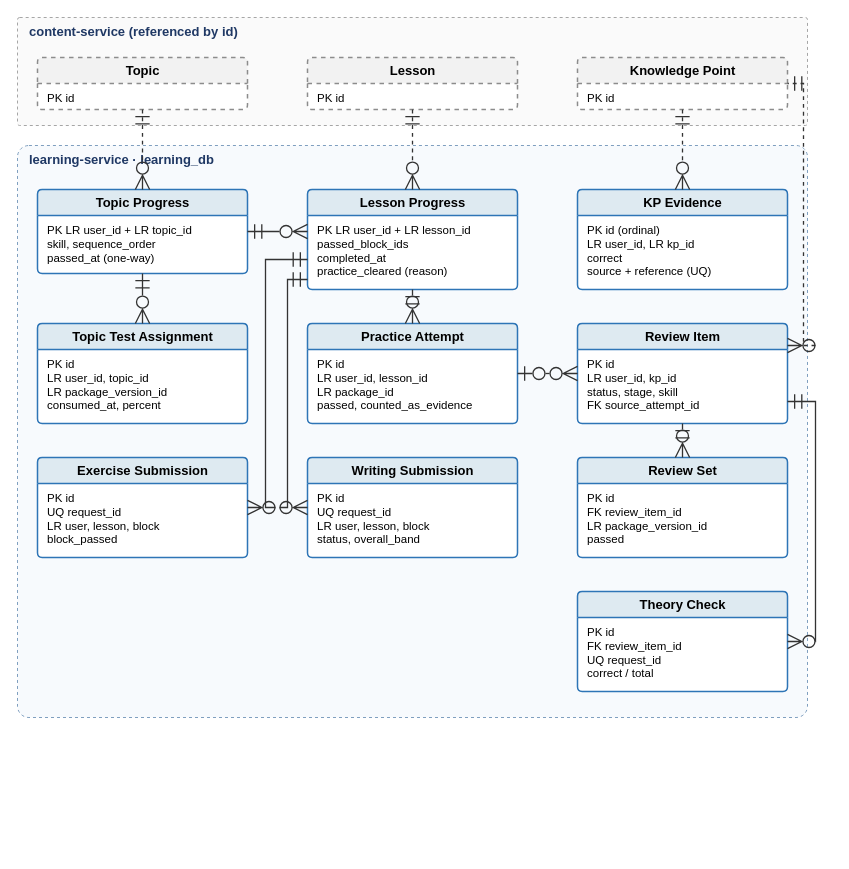
Earlier version of the draw.io diagram page "3. Learning progress and mastery" (3 of 5) of capstone-docs/rp_3.0_system-requirements-system/diagram_script/part4-diagrams/IELTSPath_ERD.drawio (IeltsPath-Platform/backend). Source tidied: cells renumbered, new cells numbered last; positions are measured from the earlier drawing's top-left corner, leaving out a move shared by most shapes. Both pictures are drawn from the tidied source at 100%, with x=0, y=0 at pixel (17, 17).
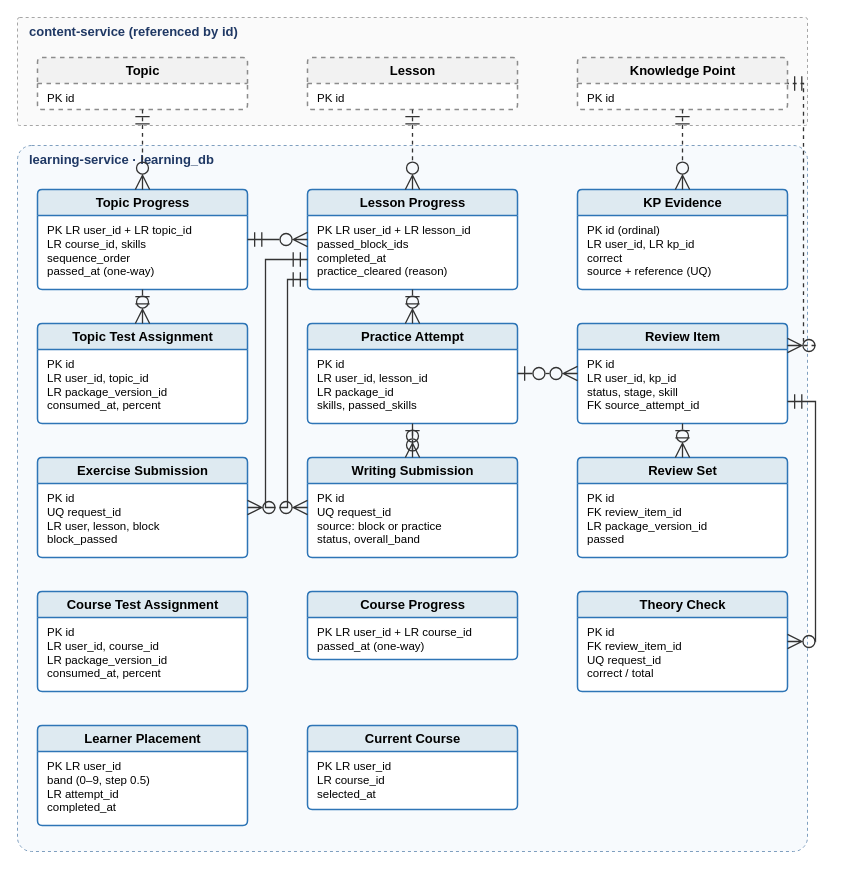
After the change.

Unchanged cells that the change refers to:
```xml
<mxCell id="8" value="Knowledge Point" style="swimlane;fontStyle=1;startSize=26;html=1;rounded=1;arcSize=6;fillColor=#F2F2F2;strokeColor=#8C8C8C;swimlaneFillColor=#FFFFFF;fontSize=13;fontFamily=Arial;strokeWidth=1.5;dashed=1;" parent="1" vertex="1">
  <mxGeometry x="560" y="40" width="210" height="52" as="geometry" />
</mxCell>
<mxCell id="12" value="Lesson Progress" style="swimlane;fontStyle=1;startSize=26;html=1;rounded=1;arcSize=6;fillColor=#DEEAF1;strokeColor=#2E75B6;swimlaneFillColor=#FFFFFF;fontSize=13;fontFamily=Arial;strokeWidth=1.5;" parent="1" vertex="1">
  <mxGeometry x="290" y="172" width="210" height="100" as="geometry" />
</mxCell>
<mxCell id="18" value="Practice Attempt" style="swimlane;fontStyle=1;startSize=26;html=1;rounded=1;arcSize=6;fillColor=#DEEAF1;strokeColor=#2E75B6;swimlaneFillColor=#FFFFFF;fontSize=13;fontFamily=Arial;strokeWidth=1.5;" parent="1" vertex="1">
  <mxGeometry x="290" y="306" width="210" height="100" as="geometry" />
</mxCell>
<mxCell id="20" value="Review Item" style="swimlane;fontStyle=1;startSize=26;html=1;rounded=1;arcSize=6;fillColor=#DEEAF1;strokeColor=#2E75B6;swimlaneFillColor=#FFFFFF;fontSize=13;fontFamily=Arial;strokeWidth=1.5;" parent="1" vertex="1">
  <mxGeometry x="560" y="306" width="210" height="100" as="geometry" />
</mxCell>
<mxCell id="24" value="Writing Submission" style="swimlane;fontStyle=1;startSize=26;html=1;rounded=1;arcSize=6;fillColor=#DEEAF1;strokeColor=#2E75B6;swimlaneFillColor=#FFFFFF;fontSize=13;fontFamily=Arial;strokeWidth=1.5;" parent="1" vertex="1">
  <mxGeometry x="290" y="440" width="210" height="100" as="geometry" />
</mxCell>
<mxCell id="26" value="Review Set" style="swimlane;fontStyle=1;startSize=26;html=1;rounded=1;arcSize=6;fillColor=#DEEAF1;strokeColor=#2E75B6;swimlaneFillColor=#FFFFFF;fontSize=13;fontFamily=Arial;strokeWidth=1.5;" parent="1" vertex="1">
  <mxGeometry x="560" y="440" width="210" height="100" as="geometry" />
</mxCell>
<mxCell id="28" value="Theory Check" style="swimlane;fontStyle=1;startSize=26;html=1;rounded=1;arcSize=6;fillColor=#DEEAF1;strokeColor=#2E75B6;swimlaneFillColor=#FFFFFF;fontSize=13;fontFamily=Arial;strokeWidth=1.5;" parent="1" vertex="1">
  <mxGeometry x="560" y="574" width="210" height="100" as="geometry" />
</mxCell>
```

What changed in the source:
```diff
@@
     <mxCell id="3" value="learning-service · learning_db" style="rounded=1;arcSize=2;dashed=1;html=1;fillColor=#F7FAFD;strokeColor=#7F9FBF;verticalAlign=top;align=left;spacingLeft=10;fontStyle=1;fontSize=13;fontColor=#1F3864;fontFamily=Arial;" parent="1" vertex="1">
-      <mxGeometry y="128" width="790" height="572" as="geometry" />
+      <mxGeometry y="128" width="790" height="706" as="geometry" />
     </mxCell>
@@
     <mxCell id="10" value="Topic Progress" style="swimlane;fontStyle=1;startSize=26;html=1;rounded=1;arcSize=6;fillColor=#DEEAF1;strokeColor=#2E75B6;swimlaneFillColor=#FFFFFF;fontSize=13;fontFamily=Arial;strokeWidth=1.5;" parent="1" vertex="1">
-      <mxGeometry x="20" y="172" width="210" height="84" as="geometry" />
+      <mxGeometry x="20" y="172" width="210" height="100" as="geometry" />
     </mxCell>
-    <mxCell id="11" value="PK LR user_id + LR topic_id&lt;br&gt;skill, sequence_order&lt;br&gt;passed_at (one-way)" style="text;html=1;align=left;verticalAlign=top;spacingLeft=8;spacingTop=2;fontSize=11.5;fontFamily=Arial;strokeColor=none;fillColor=none;" parent="10" vertex="1">
-      <mxGeometry y="26" width="210" height="58" as="geometry" />
+    <mxCell id="11" value="PK LR user_id + LR topic_id&lt;br&gt;LR course_id, skills&lt;br&gt;sequence_order&lt;br&gt;passed_at (one-way)" style="text;html=1;align=left;verticalAlign=top;spacingLeft=8;spacingTop=2;fontSize=11.5;fontFamily=Arial;strokeColor=none;fillColor=none;" parent="10" vertex="1">
+      <mxGeometry y="26" width="210" height="74" as="geometry" />
     </mxCell>
@@
-    <mxCell id="19" value="PK id&lt;br&gt;LR user_id, lesson_id&lt;br&gt;LR package_id&lt;br&gt;passed, counted_as_evidence" style="text;html=1;align=left;verticalAlign=top;spacingLeft=8;spacingTop=2;fontSize=11.5;fontFamily=Arial;strokeColor=none;fillColor=none;" parent="18" vertex="1">
+    <mxCell id="19" value="PK id&lt;br&gt;LR user_id, lesson_id&lt;br&gt;LR package_id&lt;br&gt;skills, passed_skills" style="text;html=1;align=left;verticalAlign=top;spacingLeft=8;spacingTop=2;fontSize=11.5;fontFamily=Arial;strokeColor=none;fillColor=none;" parent="18" vertex="1">
       <mxGeometry y="26" width="210" height="74" as="geometry" />
     </mxCell>
@@
-    <mxCell id="25" value="PK id&lt;br&gt;UQ request_id&lt;br&gt;LR user, lesson, block&lt;br&gt;status, overall_band" style="text;html=1;align=left;verticalAlign=top;spacingLeft=8;spacingTop=2;fontSize=11.5;fontFamily=Arial;strokeColor=none;fillColor=none;" parent="24" vertex="1">
+    <mxCell id="25" value="PK id&lt;br&gt;UQ request_id&lt;br&gt;source: block or practice&lt;br&gt;status, overall_band" style="text;html=1;align=left;verticalAlign=top;spacingLeft=8;spacingTop=2;fontSize=11.5;fontFamily=Arial;strokeColor=none;fillColor=none;" parent="24" vertex="1">
       <mxGeometry y="26" width="210" height="74" as="geometry" />
     </mxCell>
+    <mxCell id="42" value="Course Test Assignment" style="swimlane;fontStyle=1;startSize=26;html=1;rounded=1;arcSize=6;fillColor=#DEEAF1;strokeColor=#2E75B6;swimlaneFillColor=#FFFFFF;fontSize=13;fontFamily=Arial;strokeWidth=1.5;" parent="1" vertex="1">
+      <mxGeometry x="20" y="574" width="210" height="100" as="geometry" />
+    </mxCell>
+    <mxCell id="43" value="PK id&lt;br&gt;LR user_id, course_id&lt;br&gt;LR package_version_id&lt;br&gt;consumed_at, percent" style="text;html=1;align=left;verticalAlign=top;spacingLeft=8;spacingTop=2;fontSize=11.5;fontFamily=Arial;strokeColor=none;fillColor=none;" parent="42" vertex="1">
+      <mxGeometry y="26" width="210" height="74" as="geometry" />
+    </mxCell>
+    <mxCell id="44" value="Course Progress" style="swimlane;fontStyle=1;startSize=26;html=1;rounded=1;arcSize=6;fillColor=#DEEAF1;strokeColor=#2E75B6;swimlaneFillColor=#FFFFFF;fontSize=13;fontFamily=Arial;strokeWidth=1.5;" parent="1" vertex="1">
+      <mxGeometry x="290" y="574" width="210" height="68" as="geometry" />
+    </mxCell>
+    <mxCell id="45" value="PK LR user_id + LR course_id&lt;br&gt;passed_at (one-way)" style="text;html=1;align=left;verticalAlign=top;spacingLeft=8;spacingTop=2;fontSize=11.5;fontFamily=Arial;strokeColor=none;fillColor=none;" parent="44" vertex="1">
+      <mxGeometry y="26" width="210" height="42" as="geometry" />
+    </mxCell>
+    <mxCell id="46" value="Learner Placement" style="swimlane;fontStyle=1;startSize=26;html=1;rounded=1;arcSize=6;fillColor=#DEEAF1;strokeColor=#2E75B6;swimlaneFillColor=#FFFFFF;fontSize=13;fontFamily=Arial;strokeWidth=1.5;" parent="1" vertex="1">
+      <mxGeometry x="20" y="708" width="210" height="100" as="geometry" />
+    </mxCell>
+    <mxCell id="47" value="PK LR user_id&lt;br&gt;band (0–9, step 0.5)&lt;br&gt;LR attempt_id&lt;br&gt;completed_at" style="text;html=1;align=left;verticalAlign=top;spacingLeft=8;spacingTop=2;fontSize=11.5;fontFamily=Arial;strokeColor=none;fillColor=none;" parent="46" vertex="1">
+      <mxGeometry y="26" width="210" height="74" as="geometry" />
+    </mxCell>
+    <mxCell id="48" value="Current Course" style="swimlane;fontStyle=1;startSize=26;html=1;rounded=1;arcSize=6;fillColor=#DEEAF1;strokeColor=#2E75B6;swimlaneFillColor=#FFFFFF;fontSize=13;fontFamily=Arial;strokeWidth=1.5;" parent="1" vertex="1">
+      <mxGeometry x="290" y="708" width="210" height="84" as="geometry" />
+    </mxCell>
+    <mxCell id="49" value="PK LR user_id&lt;br&gt;LR course_id&lt;br&gt;selected_at" style="text;html=1;align=left;verticalAlign=top;spacingLeft=8;spacingTop=2;fontSize=11.5;fontFamily=Arial;strokeColor=none;fillColor=none;" parent="48" vertex="1">
+      <mxGeometry y="26" width="210" height="58" as="geometry" />
+    </mxCell>
@@
-    <mxCell id="33" style="edgeStyle=orthogonalEdgeStyle;rounded=0;html=1;startArrow=ERmandOne;endArrow=ERzeroToMany;startFill=0;endFill=0;startSize=12;endSize=12;strokeColor=#333333;strokeWidth=1.3;fontSize=10.5;fontFamily=Arial;labelBackgroundColor=#FFFFFF;exitX=1.000;exitY=0.500;exitDx=0;exitDy=0;entryX=0.000;entryY=0.420;entryDx=0;entryDy=0;" parent="1" edge="1" source="10" target="12">
+    <mxCell id="33" style="edgeStyle=orthogonalEdgeStyle;rounded=0;html=1;startArrow=ERmandOne;endArrow=ERzeroToMany;startFill=0;endFill=0;startSize=12;endSize=12;strokeColor=#333333;strokeWidth=1.3;fontSize=10.5;fontFamily=Arial;labelBackgroundColor=#FFFFFF;exitX=1.000;exitY=0.500;exitDx=0;exitDy=0;entryX=0.000;entryY=0.500;entryDx=0;entryDy=0;" parent="1" edge="1" source="10" target="12">
       <mxGeometry relative="1" as="geometry" />
     </mxCell>
@@
-    <mxCell id="39" style="edgeStyle=orthogonalEdgeStyle;rounded=0;html=1;startArrow=ERmandOne;endArrow=ERzeroToMany;startFill=0;endFill=0;startSize=12;endSize=12;strokeColor=#333333;strokeWidth=1.3;fontSize=10.5;fontFamily=Arial;labelBackgroundColor=#FFFFFF;exitX=0.500;exitY=1.000;exitDx=0;exitDy=0;entryX=0.500;entryY=0.000;entryDx=0;entryDy=0;" parent="1" edge="1" source="20" target="26">
+    <mxCell id="39" style="edgeStyle=orthogonalEdgeStyle;rounded=0;html=1;startArrow=ERzeroToOne;endArrow=ERzeroToMany;startFill=0;endFill=0;startSize=12;endSize=12;strokeColor=#333333;strokeWidth=1.3;fontSize=10.5;fontFamily=Arial;labelBackgroundColor=#FFFFFF;dashed=1;exitX=0.500;exitY=1.000;exitDx=0;exitDy=0;entryX=0.500;entryY=0.000;entryDx=0;entryDy=0;" parent="1" edge="1" source="18" target="24">
       <mxGeometry relative="1" as="geometry" />
     </mxCell>
-    <mxCell id="40" style="edgeStyle=orthogonalEdgeStyle;rounded=0;html=1;startArrow=ERmandOne;endArrow=ERzeroToMany;startFill=0;endFill=0;startSize=12;endSize=12;strokeColor=#333333;strokeWidth=1.3;fontSize=10.5;fontFamily=Arial;labelBackgroundColor=#FFFFFF;exitX=1.000;exitY=0.780;exitDx=0;exitDy=0;entryX=1.000;entryY=0.500;entryDx=0;entryDy=0;" parent="1" edge="1" source="20" target="28">
-      <mxGeometry relative="1" as="geometry">
-        <Array as="points">
-          <mxPoint x="798" y="384" />
-          <mxPoint x="798" y="624" />
-        </Array>
-      </mxGeometry>
+    <mxCell id="40" style="edgeStyle=orthogonalEdgeStyle;rounded=0;html=1;startArrow=ERmandOne;endArrow=ERzeroToMany;startFill=0;endFill=0;startSize=12;endSize=12;strokeColor=#333333;strokeWidth=1.3;fontSize=10.5;fontFamily=Arial;labelBackgroundColor=#FFFFFF;exitX=0.500;exitY=1.000;exitDx=0;exitDy=0;entryX=0.500;entryY=0.000;entryDx=0;entryDy=0;" parent="1" edge="1" source="20" target="26">
+      <mxGeometry relative="1" as="geometry" />
     </mxCell>
-    <mxCell id="41" style="edgeStyle=orthogonalEdgeStyle;rounded=0;html=1;startArrow=ERzeroToMany;endArrow=ERmandOne;startFill=0;endFill=0;startSize=12;endSize=12;strokeColor=#333333;strokeWidth=1.3;fontSize=10.5;fontFamily=Arial;labelBackgroundColor=#FFFFFF;dashed=1;exitX=1.000;exitY=0.220;exitDx=0;exitDy=0;entryX=1.000;entryY=0.500;entryDx=0;entryDy=0;" parent="1" edge="1" source="20" target="8">
+    <mxCell id="41" style="edgeStyle=orthogonalEdgeStyle;rounded=0;html=1;startArrow=ERmandOne;endArrow=ERzeroToMany;startFill=0;endFill=0;startSize=12;endSize=12;strokeColor=#333333;strokeWidth=1.3;fontSize=10.5;fontFamily=Arial;labelBackgroundColor=#FFFFFF;exitX=1.000;exitY=0.780;exitDx=0;exitDy=0;entryX=1.000;entryY=0.500;entryDx=0;entryDy=0;" parent="1" edge="1" source="20" target="28">
       <mxGeometry relative="1" as="geometry">
         <Array as="points">
-          <mxPoint x="786" y="328" />
-          <mxPoint x="786" y="66" />
+          <mxPoint x="798" y="384" />
+          <mxPoint x="798" y="624" />
         </Array>
       </mxGeometry>
     </mxCell>
+    <mxCell id="50" style="edgeStyle=orthogonalEdgeStyle;rounded=0;html=1;startArrow=ERzeroToMany;endArrow=ERmandOne;startFill=0;endFill=0;startSize=12;endSize=12;strokeColor=#333333;strokeWidth=1.3;fontSize=10.5;fontFamily=Arial;labelBackgroundColor=#FFFFFF;dashed=1;exitX=1.000;exitY=0.220;exitDx=0;exitDy=0;entryX=1.000;entryY=0.500;entryDx=0;entryDy=0;" parent="1" edge="1" source="20" target="8">
+      <mxGeometry relative="1" as="geometry">
+        <Array as="points">
+          <mxPoint x="786" y="328" />
+          <mxPoint x="786" y="66" />
+        </Array>
+      </mxGeometry>
+    </mxCell>
```
